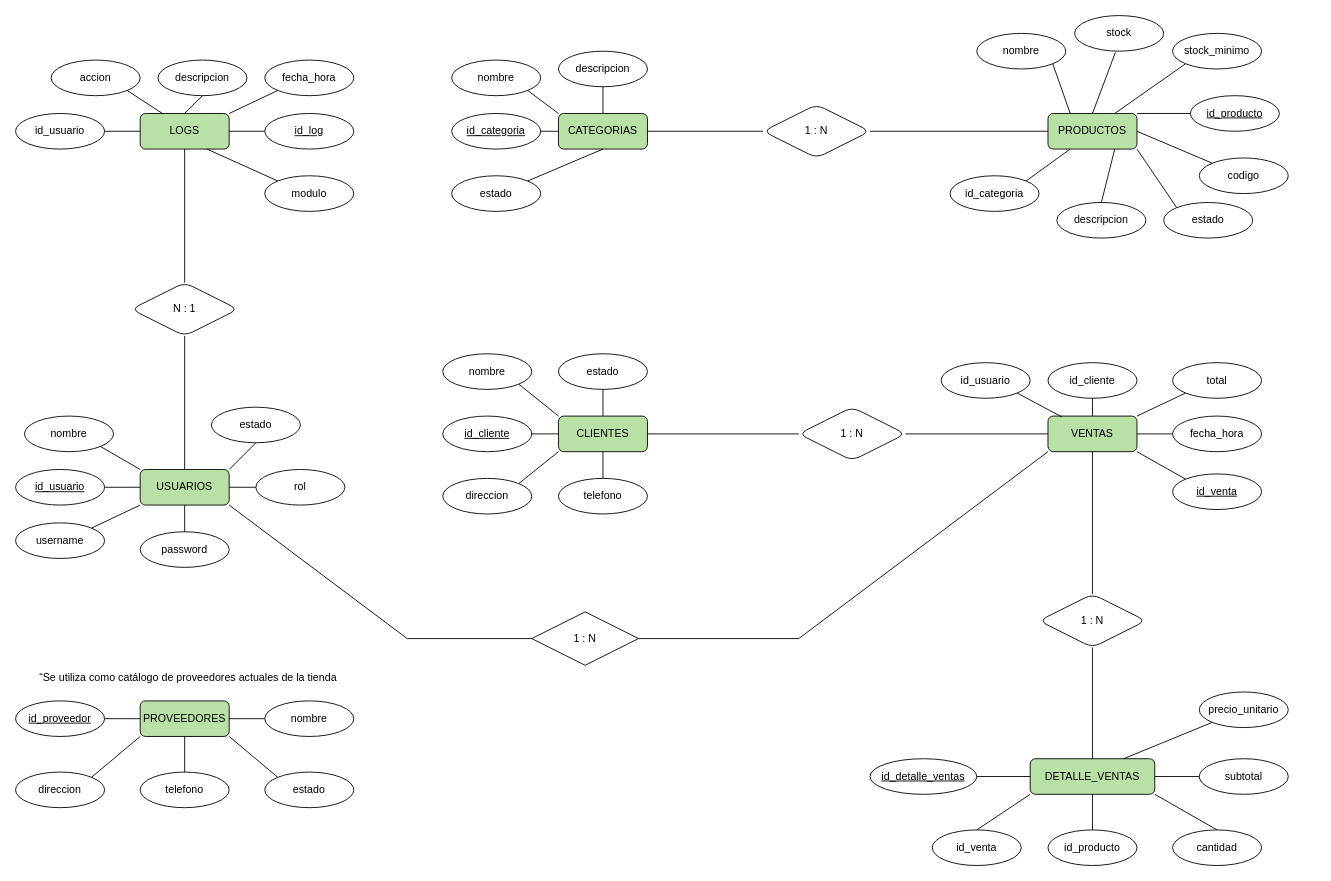
Jonath-679/GestorAbarrotes keeps this draw.io diagram as docs/DiagramaDB.drawio. Above is the earlier version. Source tidied: cells renumbered, new cells numbered last; positions are measured from the earlier drawing's top-left corner, leaving out a move shared by most shapes. Both pictures are drawn from the tidied source at 89%, with x=0, y=0 at pixel (15, 15).
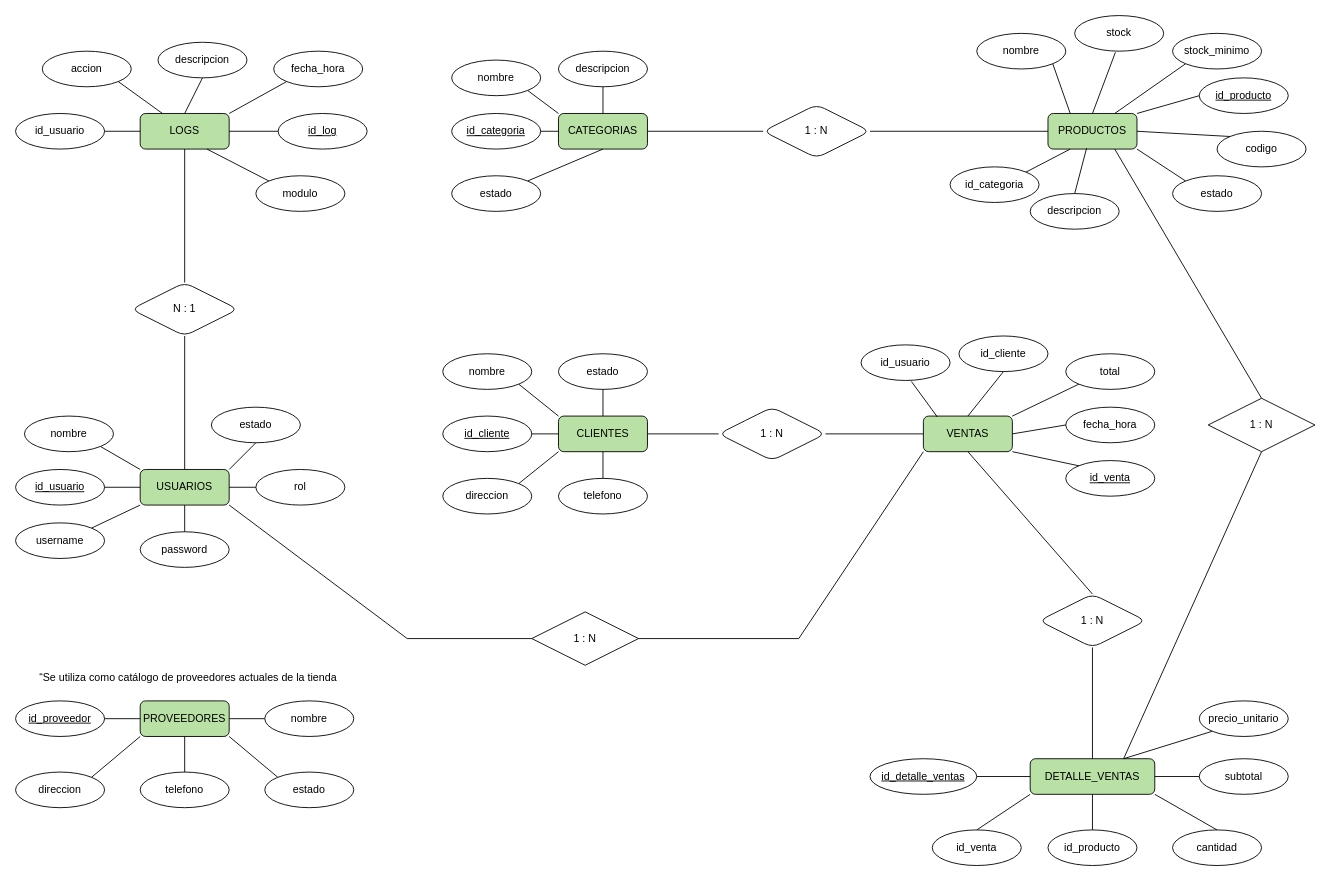
The same page after the edit.

Commit message (it also covers changes not shown here):
docs: agregar relacion 1:N PRODUCTOS DETALLE_VENTAS en diagrama ER

Unchanged cells that the change refers to:
```xml
<mxCell id="15" value="PRODUCTOS" style="whiteSpace=wrap;html=1;align=center;rounded=1;fillColor=#B9E0A5;" parent="1" vertex="1">
  <mxGeometry x="1160" y="110" width="100" height="40" as="geometry" />
</mxCell>
<mxCell id="46" value="DETALLE_VENTAS" style="whiteSpace=wrap;html=1;align=center;rounded=1;fillColor=#B9E0A5;" parent="1" vertex="1">
  <mxGeometry x="1140" y="835" width="140" height="40" as="geometry" />
</mxCell>
```

What changed in the source:
```diff
@@
     <mxCell id="16" value="&lt;u&gt;id_producto&lt;/u&gt;" style="ellipse;whiteSpace=wrap;html=1;align=center;rounded=1;" parent="1" vertex="1">
-      <mxGeometry x="1320" y="90" width="100" height="40" as="geometry" />
+      <mxGeometry x="1330" y="70" width="100" height="40" as="geometry" />
     </mxCell>
@@
     <mxCell id="18" value="descripcion" style="ellipse;whiteSpace=wrap;html=1;align=center;rounded=1;" parent="1" vertex="1">
-      <mxGeometry x="1170" y="210" width="100" height="40" as="geometry" />
+      <mxGeometry x="1140" y="200" width="100" height="40" as="geometry" />
     </mxCell>
     <mxCell id="19" value="id_categoria" style="ellipse;whiteSpace=wrap;html=1;align=center;rounded=1;" parent="1" vertex="1">
-      <mxGeometry x="1050" y="180" width="100" height="40" as="geometry" />
+      <mxGeometry x="1050" y="170" width="100" height="40" as="geometry" />
     </mxCell>
@@
     <mxCell id="25" value="estado" style="ellipse;whiteSpace=wrap;html=1;align=center;rounded=1;" parent="1" vertex="1">
-      <mxGeometry x="1290" y="210" width="100" height="40" as="geometry" />
+      <mxGeometry x="1300" y="180" width="100" height="40" as="geometry" />
     </mxCell>
@@
     <mxCell id="40" value="VENTAS" style="whiteSpace=wrap;html=1;align=center;rounded=1;fillColor=#B9E0A5;" parent="1" vertex="1">
-      <mxGeometry x="1160" y="450" width="100" height="40" as="geometry" />
+      <mxGeometry x="1020" y="450" width="100" height="40" as="geometry" />
     </mxCell>
     <mxCell id="41" value="&lt;u&gt;id_venta&lt;/u&gt;" style="ellipse;whiteSpace=wrap;html=1;align=center;rounded=1;" parent="1" vertex="1">
-      <mxGeometry x="1300" y="515" width="100" height="40" as="geometry" />
+      <mxGeometry x="1180" y="500" width="100" height="40" as="geometry" />
     </mxCell>
     <mxCell id="42" value="fecha_hora" style="ellipse;whiteSpace=wrap;html=1;align=center;rounded=1;" parent="1" vertex="1">
-      <mxGeometry x="1300" y="450" width="100" height="40" as="geometry" />
+      <mxGeometry x="1180" y="440" width="100" height="40" as="geometry" />
     </mxCell>
     <mxCell id="43" value="id_usuario" style="ellipse;whiteSpace=wrap;html=1;align=center;rounded=1;" parent="1" vertex="1">
-      <mxGeometry x="1040" y="390" width="100" height="40" as="geometry" />
+      <mxGeometry x="950" y="370" width="100" height="40" as="geometry" />
     </mxCell>
     <mxCell id="44" value="id_cliente" style="ellipse;whiteSpace=wrap;html=1;align=center;rounded=1;" parent="1" vertex="1">
-      <mxGeometry x="1160" y="390" width="100" height="40" as="geometry" />
+      <mxGeometry x="1060" y="360" width="100" height="40" as="geometry" />
     </mxCell>
     <mxCell id="45" value="total" style="ellipse;whiteSpace=wrap;html=1;align=center;rounded=1;" parent="1" vertex="1">
-      <mxGeometry x="1300" y="390" width="100" height="40" as="geometry" />
+      <mxGeometry x="1180" y="380" width="100" height="40" as="geometry" />
     </mxCell>
@@
     <mxCell id="52" value="&lt;u&gt;id_log&lt;/u&gt;" style="ellipse;whiteSpace=wrap;html=1;align=center;rounded=1;" parent="1" vertex="1">
-      <mxGeometry x="280" y="110" width="100" height="40" as="geometry" />
+      <mxGeometry x="295" y="110" width="100" height="40" as="geometry" />
     </mxCell>
     <mxCell id="53" value="fecha_hora" style="ellipse;whiteSpace=wrap;html=1;align=center;rounded=1;" parent="1" vertex="1">
-      <mxGeometry x="280" y="50" width="100" height="40" as="geometry" />
+      <mxGeometry x="290" y="40" width="100" height="40" as="geometry" />
     </mxCell>
@@
     <mxCell id="55" value="accion" style="ellipse;whiteSpace=wrap;html=1;align=center;rounded=1;" parent="1" vertex="1">
-      <mxGeometry x="40" y="50" width="100" height="40" as="geometry" />
+      <mxGeometry x="30" y="40" width="100" height="40" as="geometry" />
     </mxCell>
     <mxCell id="56" value="modulo" style="ellipse;whiteSpace=wrap;html=1;align=center;rounded=1;" parent="1" vertex="1">
-      <mxGeometry x="280" y="180" width="100" height="40" as="geometry" />
+      <mxGeometry x="270" y="180" width="100" height="40" as="geometry" />
     </mxCell>
     <mxCell id="57" value="descripcion" style="ellipse;whiteSpace=wrap;html=1;align=center;rounded=1;" parent="1" vertex="1">
-      <mxGeometry x="160" y="50" width="100" height="40" as="geometry" />
+      <mxGeometry x="160" y="30" width="100" height="40" as="geometry" />
     </mxCell>
@@
     <mxCell id="62" value="codigo" style="ellipse;whiteSpace=wrap;html=1;align=center;rounded=1;" parent="1" vertex="1">
-      <mxGeometry x="1330" y="160" width="100" height="40" as="geometry" />
+      <mxGeometry x="1350" y="130" width="100" height="40" as="geometry" />
     </mxCell>
@@
-    <mxCell id="88" style="endArrow=none;html=1;rounded=0;exitX=0.75;exitY=1;exitDx=0;exitDy=0;entryX=0.5;entryY=0;entryDx=0;entryDy=0;" parent="1" edge="1" source="15" target="18">
+    <mxCell id="88" style="endArrow=none;html=1;rounded=0;exitX=0.434;exitY=0.975;exitDx=0;exitDy=0;entryX=0.5;entryY=0;entryDx=0;entryDy=0;exitPerimeter=0;" parent="1" edge="1" source="15" target="18">
       <mxGeometry relative="1" as="geometry" />
     </mxCell>
     <mxCell id="89" value="1 : N" style="shape=rhombus;perimeter=rhombusPerimeter;whiteSpace=wrap;html=1;align=center;rounded=1;" parent="1" vertex="1">
-      <mxGeometry x="880" y="440" width="120" height="60" as="geometry" />
+      <mxGeometry x="790" y="440" width="120" height="60" as="geometry" />
     </mxCell>
@@
-    <mxCell id="99" style="endArrow=none;html=1;rounded=0;exitX=1;exitY=1;exitDx=0;exitDy=0;entryX=0.157;entryY=0.025;entryDx=0;entryDy=0;entryPerimeter=0;" parent="1" edge="1" source="43" target="40">
+    <mxCell id="99" style="endArrow=none;html=1;rounded=0;exitX=0.566;exitY=1.029;exitDx=0;exitDy=0;entryX=0.157;entryY=0.025;entryDx=0;entryDy=0;entryPerimeter=0;exitPerimeter=0;" parent="1" edge="1" source="43" target="40">
       <mxGeometry relative="1" as="geometry" />
     </mxCell>
@@
     <mxCell id="110" value="precio_unitario" style="ellipse;whiteSpace=wrap;html=1;align=center;rounded=1;" parent="1" vertex="1">
-      <mxGeometry x="1330" y="760" width="100" height="40" as="geometry" />
+      <mxGeometry x="1330" y="770" width="100" height="40" as="geometry" />
     </mxCell>
@@
+    <mxCell id="116" value="1 : N" style="shape=rhombus;perimeter=rhombusPerimeter;whiteSpace=wrap;html=1;align=center;" parent="1" vertex="1">
+      <mxGeometry x="1340" y="430" width="120" height="60" as="geometry" />
+    </mxCell>
+    <mxCell id="117" style="endArrow=none;html=1;rounded=0;exitX=0.75;exitY=0;exitDx=0;exitDy=0;entryX=0.5;entryY=1;entryDx=0;entryDy=0;" parent="1" edge="1" source="46" target="116">
+      <mxGeometry relative="1" as="geometry" />
+    </mxCell>
+    <mxCell id="118" style="endArrow=none;html=1;rounded=0;exitX=0.75;exitY=1;exitDx=0;exitDy=0;entryX=0.5;entryY=0;entryDx=0;entryDy=0;" parent="1" edge="1" source="15" target="116">
+      <mxGeometry relative="1" as="geometry" />
+    </mxCell>
```
